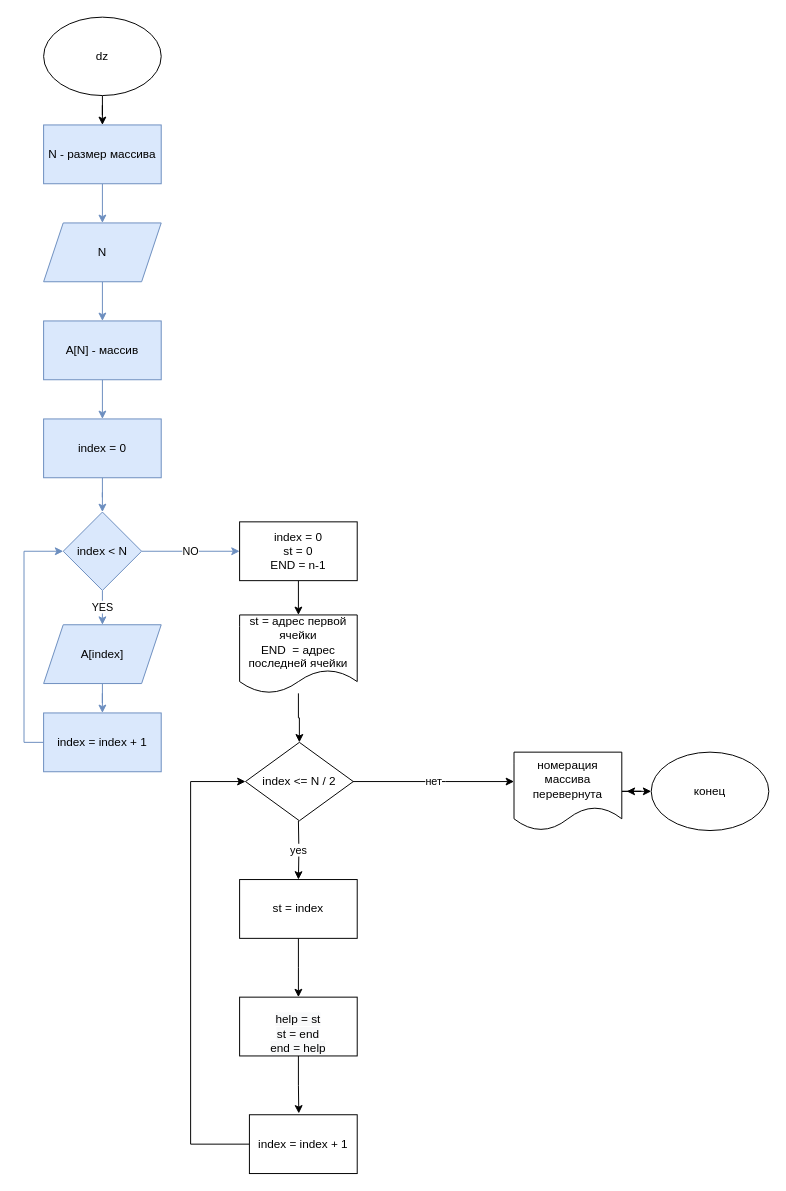
Earlier version of the draw.io diagram page "задача 2" (2 of 2) of b4021cbcc314e88ed716cc483dc7e1d6.drawio (ioygyrt/gb_lessons). Source tidied: cells renumbered, new cells numbered last; positions are measured from the earlier drawing's top-left corner, leaving out a move shared by most shapes. Both pictures are drawn from the tidied source at 98%, with x=0, y=0 at pixel (43, 17).
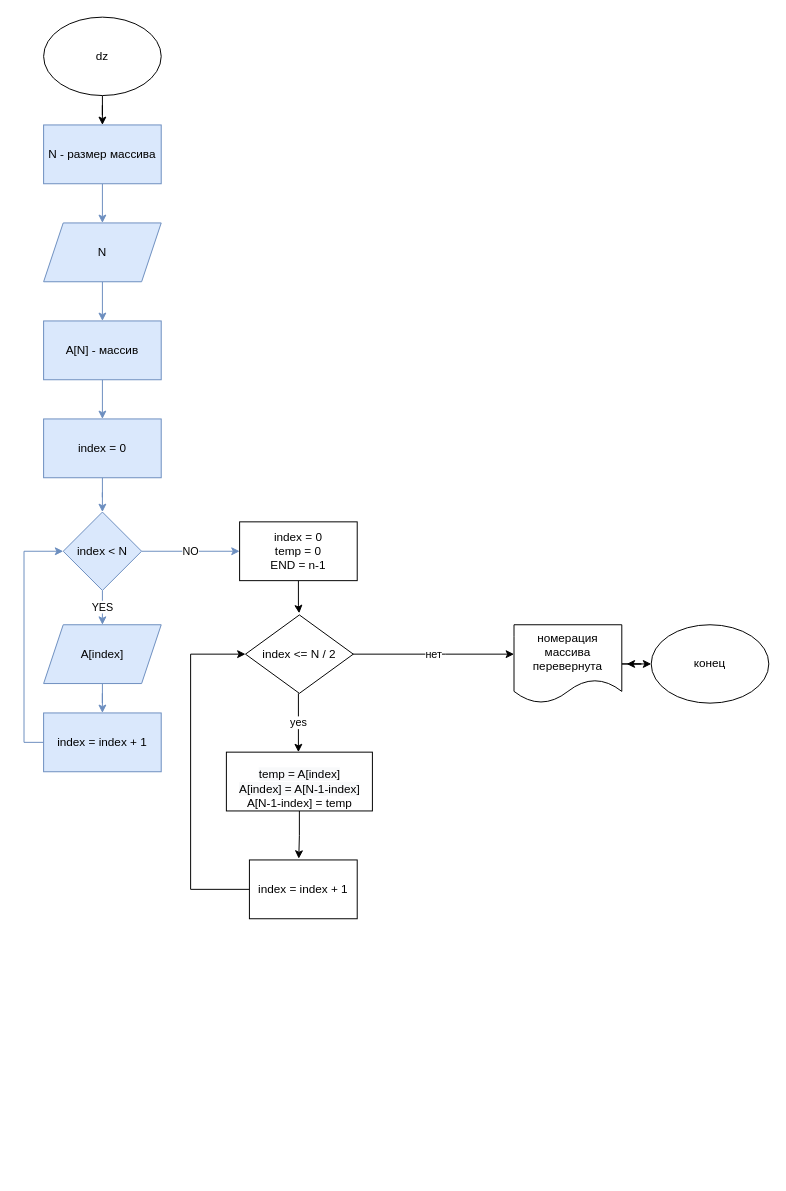
After the change.

The edit, as a diff of the source:
```diff
@@
-    <mxCell id="19" style="edgeStyle=orthogonalEdgeStyle;rounded=0;jettySize=auto;html=1;exitX=0.5;exitY=1;exitDx=0;exitDy=0;entryX=0.5;entryY=0;entryDx=0;entryDy=0;" parent="1" edge="1" source="20" target="35">
-      <mxGeometry relative="1" as="geometry" />
+    <mxCell id="19" style="edgeStyle=orthogonalEdgeStyle;rounded=0;jettySize=auto;html=1;exitX=0.5;exitY=1;exitDx=0;exitDy=0;entryX=0.498;entryY=-0.022;entryDx=0;entryDy=0;entryPerimeter=0;" parent="1" edge="1" source="20" target="23">
+      <mxGeometry relative="1" as="geometry">
+        <Array as="points">
+          <mxPoint x="260" y="600" />
+          <mxPoint x="261" y="600" />
+        </Array>
+      </mxGeometry>
     </mxCell>
-    <mxCell id="20" value="index = 0&lt;br&gt;st = 0&lt;br&gt;END = n-1" style="rounded=0;whiteSpace=wrap;html=1;" parent="1" vertex="1">
+    <mxCell id="20" value="index = 0&lt;br&gt;temp = 0&lt;br&gt;END = n-1" style="rounded=0;whiteSpace=wrap;html=1;" parent="1" vertex="1">
       <mxGeometry x="200" y="515" width="120" height="60" as="geometry" />
     </mxCell>
-    <mxCell id="21" value="yes" style="edgeStyle=orthogonalEdgeStyle;rounded=0;jettySize=auto;html=1;exitX=0.5;exitY=1;exitDx=0;exitDy=0;entryX=0.5;entryY=0;entryDx=0;entryDy=0;" parent="1" edge="1" target="27">
+    <mxCell id="21" value="yes" style="edgeStyle=orthogonalEdgeStyle;rounded=0;orthogonalLoop=1;jettySize=auto;html=1;exitX=0.5;exitY=1;exitDx=0;exitDy=0;entryX=0.5;entryY=0;entryDx=0;entryDy=0;" parent="1" edge="1">
       <mxGeometry relative="1" as="geometry">
-        <mxPoint x="260" y="820" as="sourcePoint" />
+        <mxPoint x="260" y="690" as="sourcePoint" />
+        <mxPoint x="260" y="750" as="targetPoint" />
       </mxGeometry>
     </mxCell>
     <mxCell id="22" value="нет" style="edgeStyle=orthogonalEdgeStyle;rounded=0;jettySize=auto;html=1;exitX=1;exitY=0.5;exitDx=0;exitDy=0;entryX=0;entryY=0.375;entryDx=0;entryDy=0;entryPerimeter=0;" parent="1" edge="1" target="32">
       <mxGeometry relative="1" as="geometry">
-        <mxPoint x="315" y="780" as="sourcePoint" />
+        <mxPoint x="315" y="650" as="sourcePoint" />
         <Array as="points">
-          <mxPoint x="410" y="780" />
-          <mxPoint x="410" y="780" />
+          <mxPoint x="410" y="650" />
+          <mxPoint x="410" y="650" />
         </Array>
       </mxGeometry>
     </mxCell>
     <mxCell id="23" value="index &amp;lt;= N / 2" style="rhombus;whiteSpace=wrap;html=1;" parent="1" vertex="1">
-      <mxGeometry x="206" y="740" width="110" height="80" as="geometry" />
+      <mxGeometry x="206" y="610" width="110" height="80" as="geometry" />
     </mxCell>
     <mxCell id="24" style="edgeStyle=orthogonalEdgeStyle;rounded=0;jettySize=auto;html=1;entryX=0;entryY=0.5;entryDx=0;entryDy=0;" parent="1" edge="1" source="25" target="23">
       <mxGeometry relative="1" as="geometry">
         <Array as="points">
-          <mxPoint x="150" y="1150" />
-          <mxPoint x="150" y="780" />
+          <mxPoint x="150" y="890" />
+          <mxPoint x="150" y="650" />
         </Array>
       </mxGeometry>
     </mxCell>
     <mxCell id="25" value="index = index + 1" style="rounded=0;whiteSpace=wrap;html=1;" parent="1" vertex="1">
-      <mxGeometry x="210" y="1120" width="110" height="60" as="geometry" />
+      <mxGeometry x="210" y="860" width="110" height="60" as="geometry" />
     </mxCell>
-    <mxCell id="26" style="edgeStyle=orthogonalEdgeStyle;rounded=0;jettySize=auto;html=1;exitX=0.5;exitY=1;exitDx=0;exitDy=0;entryX=0.5;entryY=0;entryDx=0;entryDy=0;" parent="1" edge="1" source="27">
-      <mxGeometry relative="1" as="geometry">
-        <mxPoint x="260" y="1000" as="targetPoint" />
-      </mxGeometry>
-    </mxCell>
-    <mxCell id="27" value="st = index" style="rounded=0;whiteSpace=wrap;html=1;" parent="1" vertex="1">
-      <mxGeometry x="200" y="880" width="120" height="60" as="geometry" />
-    </mxCell>
@@
-    <mxCell id="29" value="&lt;br&gt;&lt;span style=&quot;color: rgb(0, 0, 0); font-family: Helvetica; font-size: 12px; font-style: normal; font-variant-ligatures: normal; font-variant-caps: normal; font-weight: 400; letter-spacing: normal; orphans: 2; text-align: center; text-indent: 0px; text-transform: none; widows: 2; word-spacing: 0px; -webkit-text-stroke-width: 0px; background-color: rgb(248, 249, 250); text-decoration-thickness: initial; text-decoration-style: initial; text-decoration-color: initial; float: none; display: inline !important;&quot;&gt;help = st&lt;/span&gt;&lt;br style=&quot;color: rgb(0, 0, 0); font-family: Helvetica; font-size: 12px; font-style: normal; font-variant-ligatures: normal; font-variant-caps: normal; font-weight: 400; letter-spacing: normal; orphans: 2; text-align: center; text-indent: 0px; text-transform: none; widows: 2; word-spacing: 0px; -webkit-text-stroke-width: 0px; background-color: rgb(248, 249, 250); text-decoration-thickness: initial; text-decoration-style: initial; text-decoration-color: initial;&quot;&gt;&lt;span style=&quot;color: rgb(0, 0, 0); font-family: Helvetica; font-size: 12px; font-style: normal; font-variant-ligatures: normal; font-variant-caps: normal; font-weight: 400; letter-spacing: normal; orphans: 2; text-align: center; text-indent: 0px; text-transform: none; widows: 2; word-spacing: 0px; -webkit-text-stroke-width: 0px; background-color: rgb(248, 249, 250); text-decoration-thickness: initial; text-decoration-style: initial; text-decoration-color: initial; float: none; display: inline !important;&quot;&gt;st = end&lt;/span&gt;&lt;br style=&quot;color: rgb(0, 0, 0); font-family: Helvetica; font-size: 12px; font-style: normal; font-variant-ligatures: normal; font-variant-caps: normal; font-weight: 400; letter-spacing: normal; orphans: 2; text-align: center; text-indent: 0px; text-transform: none; widows: 2; word-spacing: 0px; -webkit-text-stroke-width: 0px; background-color: rgb(248, 249, 250); text-decoration-thickness: initial; text-decoration-style: initial; text-decoration-color: initial;&quot;&gt;&lt;span style=&quot;color: rgb(0, 0, 0); font-family: Helvetica; font-size: 12px; font-style: normal; font-variant-ligatures: normal; font-variant-caps: normal; font-weight: 400; letter-spacing: normal; orphans: 2; text-align: center; text-indent: 0px; text-transform: none; widows: 2; word-spacing: 0px; -webkit-text-stroke-width: 0px; background-color: rgb(248, 249, 250); text-decoration-thickness: initial; text-decoration-style: initial; text-decoration-color: initial; float: none; display: inline !important;&quot;&gt;end = help&lt;/span&gt;&lt;br&gt;" style="whiteSpace=wrap;html=1;" parent="1" vertex="1">
-      <mxGeometry x="200" y="1000" width="120" height="60" as="geometry" />
+    <mxCell id="29" value="&lt;br&gt;&lt;span style=&quot;color: rgb(0, 0, 0); font-family: Helvetica; font-size: 12px; font-style: normal; font-variant-ligatures: normal; font-variant-caps: normal; font-weight: 400; letter-spacing: normal; orphans: 2; text-align: center; text-indent: 0px; text-transform: none; widows: 2; word-spacing: 0px; -webkit-text-stroke-width: 0px; background-color: rgb(248, 249, 250); text-decoration-thickness: initial; text-decoration-style: initial; text-decoration-color: initial; float: none; display: inline !important;&quot;&gt;temp = A[index]&lt;/span&gt;&lt;br style=&quot;color: rgb(0, 0, 0); font-family: Helvetica; font-size: 12px; font-style: normal; font-variant-ligatures: normal; font-variant-caps: normal; font-weight: 400; letter-spacing: normal; orphans: 2; text-align: center; text-indent: 0px; text-transform: none; widows: 2; word-spacing: 0px; -webkit-text-stroke-width: 0px; background-color: rgb(248, 249, 250); text-decoration-thickness: initial; text-decoration-style: initial; text-decoration-color: initial;&quot;&gt;&lt;span style=&quot;color: rgb(0, 0, 0); font-family: Helvetica; font-size: 12px; font-style: normal; font-variant-ligatures: normal; font-variant-caps: normal; font-weight: 400; letter-spacing: normal; orphans: 2; text-align: center; text-indent: 0px; text-transform: none; widows: 2; word-spacing: 0px; -webkit-text-stroke-width: 0px; background-color: rgb(248, 249, 250); text-decoration-thickness: initial; text-decoration-style: initial; text-decoration-color: initial; float: none; display: inline !important;&quot;&gt;A[index] = A[N-1-index]&lt;/span&gt;&lt;br style=&quot;color: rgb(0, 0, 0); font-family: Helvetica; font-size: 12px; font-style: normal; font-variant-ligatures: normal; font-variant-caps: normal; font-weight: 400; letter-spacing: normal; orphans: 2; text-align: center; text-indent: 0px; text-transform: none; widows: 2; word-spacing: 0px; -webkit-text-stroke-width: 0px; background-color: rgb(248, 249, 250); text-decoration-thickness: initial; text-decoration-style: initial; text-decoration-color: initial;&quot;&gt;A[N-1-index] = temp" style="whiteSpace=wrap;html=1;" parent="1" vertex="1">
+      <mxGeometry x="186.5" y="750" width="149" height="60" as="geometry" />
     </mxCell>
     <mxCell id="30" style="edgeStyle=orthogonalEdgeStyle;rounded=0;jettySize=auto;html=1;" parent="1" edge="1" source="32">
       <mxGeometry relative="1" as="geometry">
-        <mxPoint x="595" y="790" as="targetPoint" />
+        <mxPoint x="595" y="660" as="targetPoint" />
       </mxGeometry>
     </mxCell>
     <mxCell id="31" style="edgeStyle=orthogonalEdgeStyle;rounded=0;jettySize=auto;html=1;entryX=0;entryY=0.5;entryDx=0;entryDy=0;" parent="1" edge="1" source="32">
       <mxGeometry relative="1" as="geometry">
-        <mxPoint x="620" y="790" as="targetPoint" />
+        <mxPoint x="620" y="660" as="targetPoint" />
       </mxGeometry>
     </mxCell>
     <mxCell id="32" value="номерация массива перевернута" style="shape=document;whiteSpace=wrap;html=1;boundedLbl=1;" parent="1" vertex="1">
-      <mxGeometry x="480" y="750" width="110" height="80" as="geometry" />
+      <mxGeometry x="480" y="620" width="110" height="80" as="geometry" />
     </mxCell>
     <mxCell id="33" value="конец" style="ellipse;whiteSpace=wrap;html=1;" parent="1" vertex="1">
-      <mxGeometry x="620" y="750" width="120" height="80" as="geometry" />
+      <mxGeometry x="620" y="620" width="120" height="80" as="geometry" />
     </mxCell>
-    <mxCell id="34" style="edgeStyle=orthogonalEdgeStyle;rounded=0;jettySize=auto;html=1;entryX=0.5;entryY=0;entryDx=0;entryDy=0;" parent="1" edge="1" source="35" target="23">
-      <mxGeometry relative="1" as="geometry" />
-    </mxCell>
-    <mxCell id="35" value="st = адрес первой ячейки&lt;br&gt;END&amp;nbsp; = адрес последней ячейки" style="shape=document;whiteSpace=wrap;html=1;boundedLbl=1;" parent="1" vertex="1">
-      <mxGeometry x="200" y="610" width="120" height="80" as="geometry" />
-    </mxCell>
```
